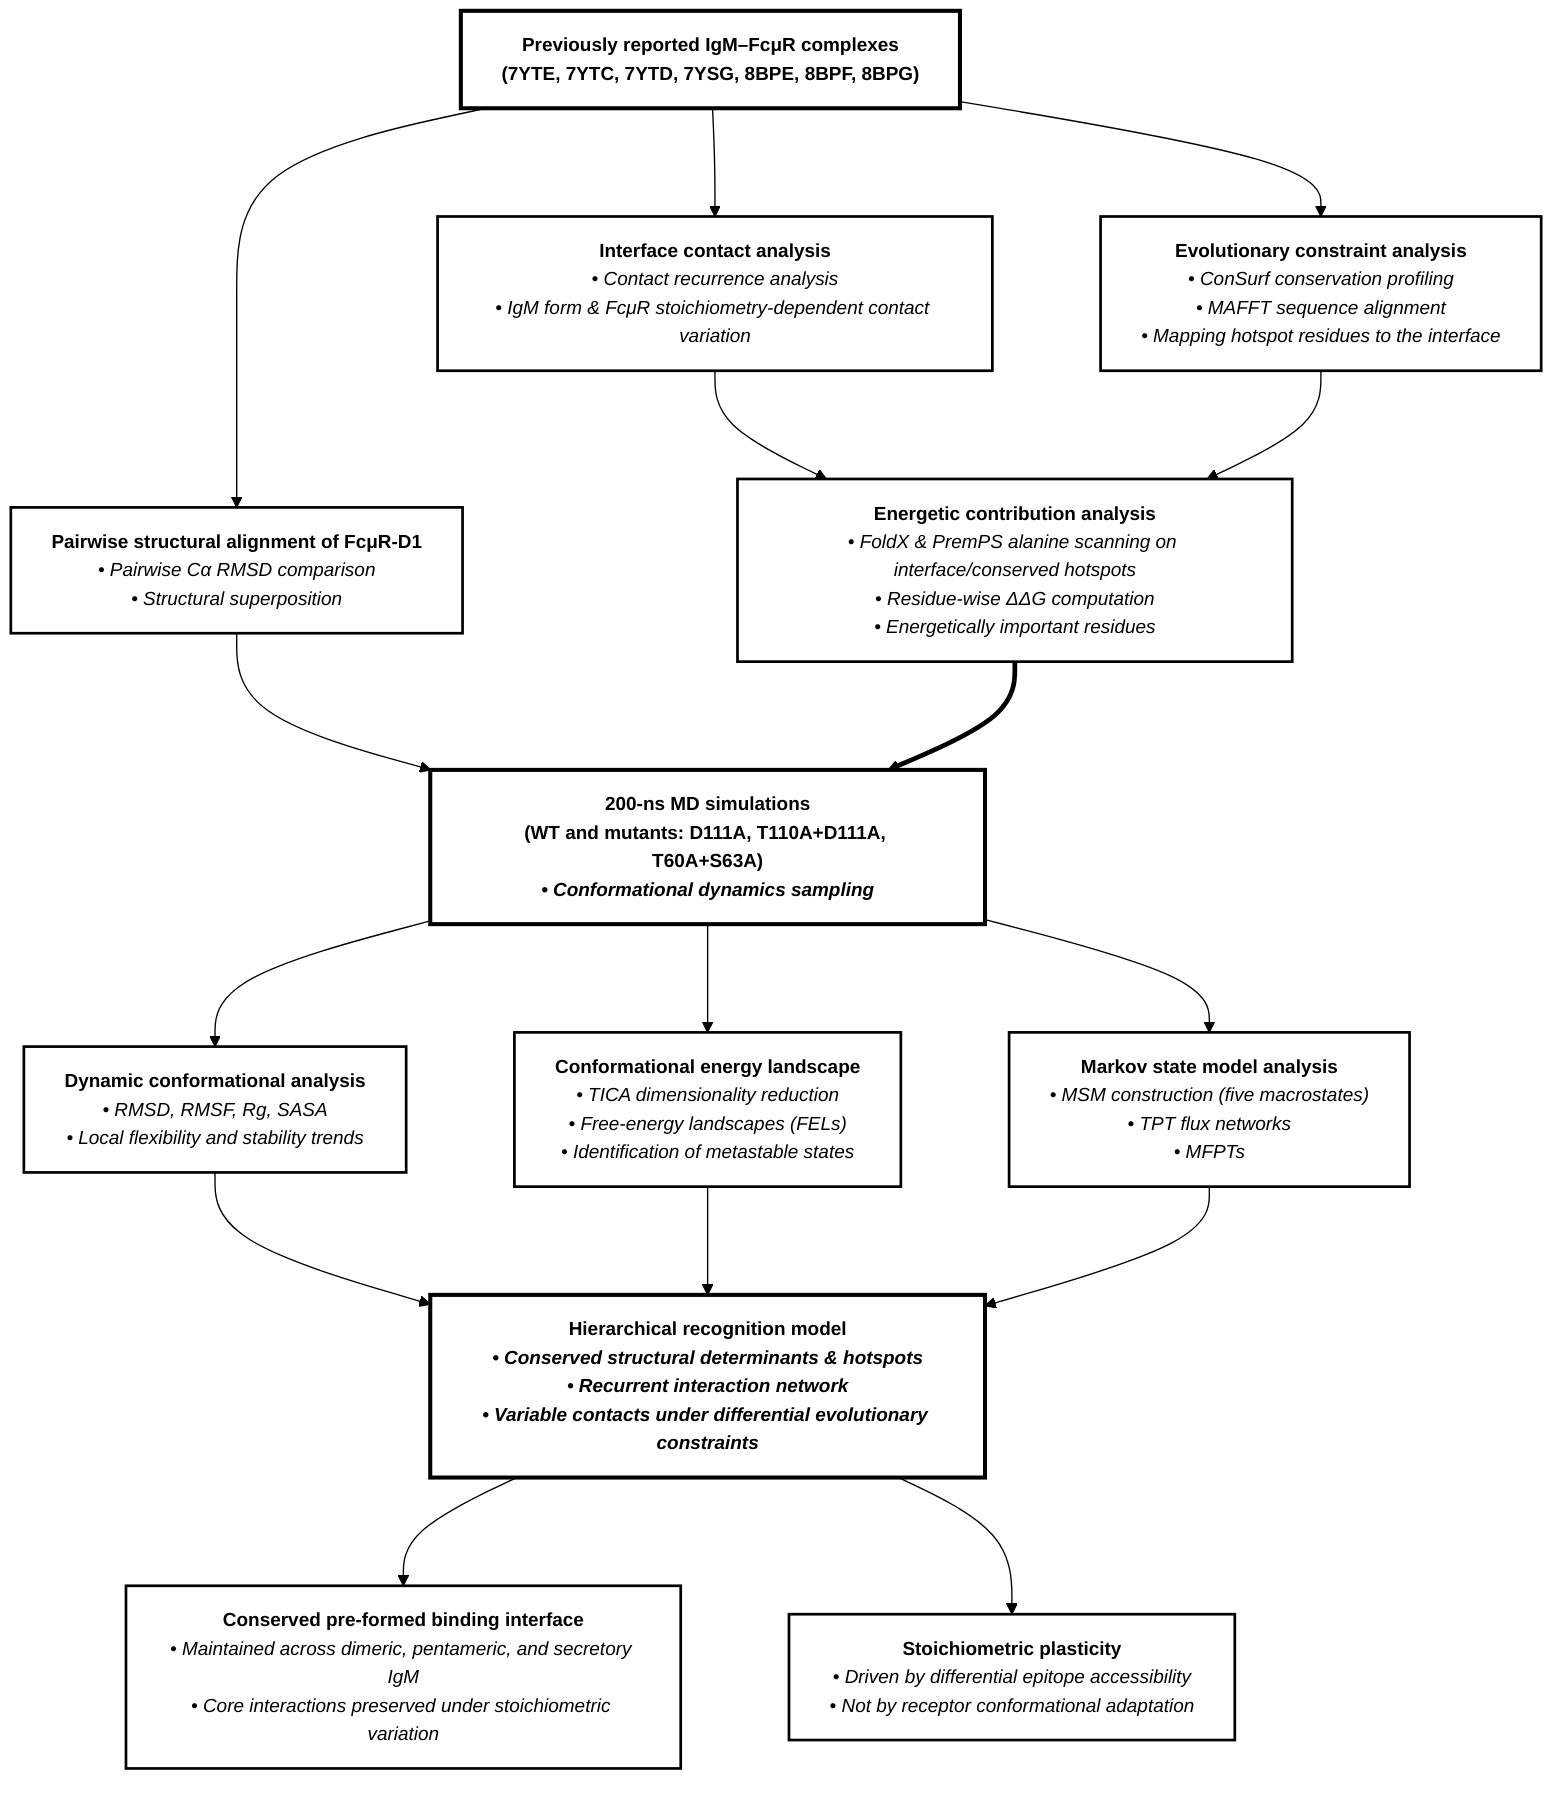
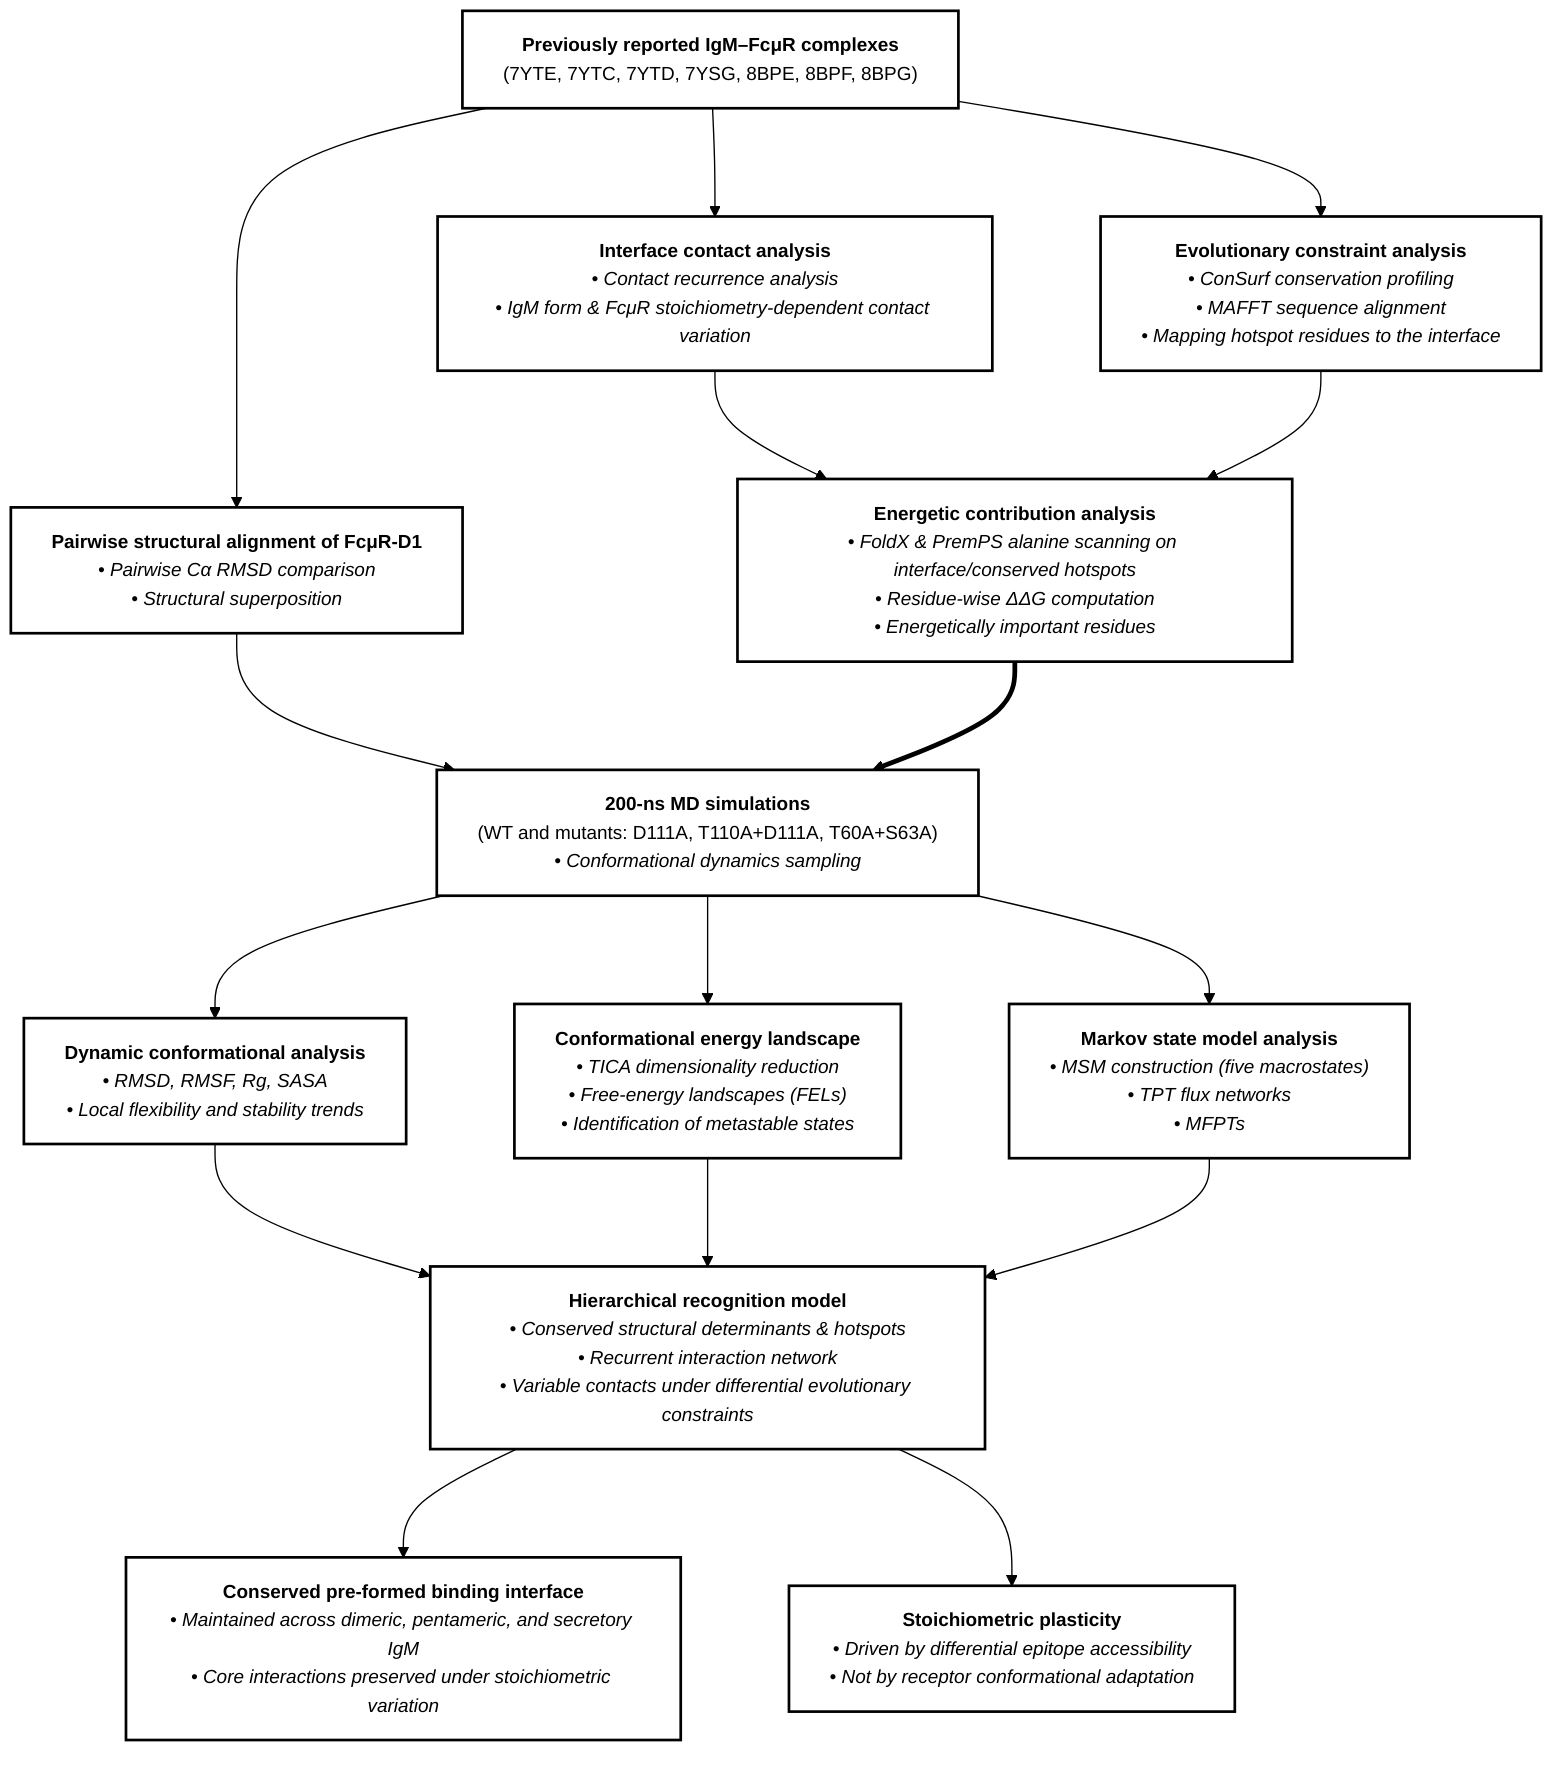
%%{init: {'theme':'base', 'themeVariables': {'background':'#ffffff', 'fontFamily':'Arial', 'fontSize':'14px'}, 'flowchart': {'nodeSpacing': 80, 'rankSpacing': 80, 'curve': 'basis', 'wrappingWidth': 350}}}%%
flowchart TD
    INPUT["<b>Previously reported IgM–FcμR complexes</b><br/>(7YTE, 7YTC, 7YTD, 7YSG, 8BPE, 8BPF, 8BPG)"]

    INPUT --> RMSD["<b>Pairwise structural alignment of FcμR‑D1</b><br/><i>• Pairwise Cα RMSD comparison</i><br/><i>• Structural superposition</i>"]
    INPUT --> CONTACT["<b>Interface contact analysis</b><br/><i>• Contact recurrence analysis</i><br/><i>• IgM form & FcμR stoichiometry‑dependent contact variation</i>"]
    INPUT --> CONSURF["<b>Evolutionary constraint analysis</b><br/><i>• ConSurf conservation profiling</i><br/><i>• MAFFT sequence alignment</i><br/><i>• Mapping hotspot residues to the interface</i>"]

    CONTACT --> ENERGY["<b>Energetic contribution analysis</b><br/><i>• FoldX & PremPS alanine scanning on interface/conserved hotspots</i><br/><i>• Residue‑wise ΔΔG computation</i><br/><i>• Energetically important residues</i>"]
    CONSURF --> ENERGY

    RMSD --> MD["<b>200‑ns MD simulations</b><br/>(WT and mutants: D111A, T110A+D111A, T60A+S63A)<br/><i>• Conformational dynamics sampling</i>"]
    ENERGY ==> MD

    MD --> STAB["<b>Dynamic conformational analysis</b><br/><i>• RMSD, RMSF, Rg, SASA</i><br/><i>• Local flexibility and stability trends</i>"]
    MD --> LAND["<b>Conformational energy landscape</b><br/><i>• TICA dimensionality reduction</i><br/><i>• Free‑energy landscapes (FELs)</i><br/><i>• Identification of metastable states</i>"]
    MD --> MSM["<b>Markov state model analysis</b><br/><i>• MSM construction (five macrostates)</i><br/><i>• TPT flux networks</i><br/><i>• MFPTs</i>"]

    STAB --> MODEL["<b>Hierarchical recognition model</b><br/><i>• Conserved structural determinants & hotspots</i><br/><i>• Recurrent interaction network</i><br/><i>• Variable contacts under differential evolutionary constraints</i>"]
    LAND --> MODEL
    MSM --> MODEL

    MODEL --> OUT1["<b>Conserved pre‑formed binding interface</b><br/><i>• Maintained across dimeric, pentameric, and secretory IgM</i><br/><i>• Core interactions preserved under stoichiometric variation</i>"]
    MODEL --> OUT2["<b>Stoichiometric plasticity</b><br/><i>• Driven by differential epitope accessibility</i><br/><i>• Not by receptor conformational adaptation</i>"]

-     classDef default fill:#ffffff,stroke:#000000,stroke-width:2px,color:#000000
-     classDef heavy fill:#ffffff,stroke:#000000,stroke-width:3px,color:#000000,font-weight:bold
-     class INPUT,MD,MODEL heavy+     classDef default fill:#ffffff,stroke:#000000,stroke-width:2px,color:#000000